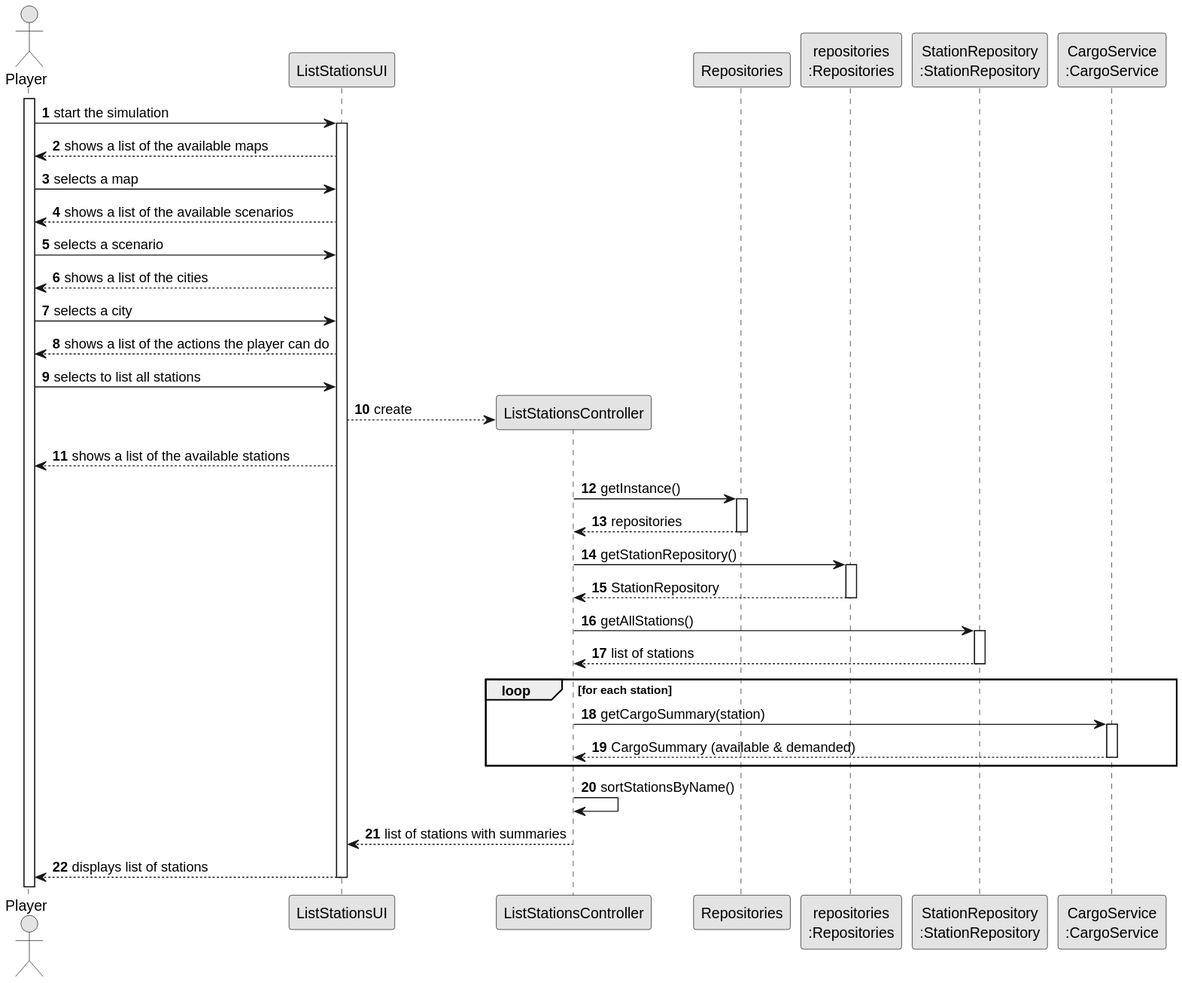
ivasduarte/all-aboard keeps this PlantUML diagram as docs/sprint2/us007/03.design/svg/us007-sequence-diagram-full.svg. Above is the earlier version.
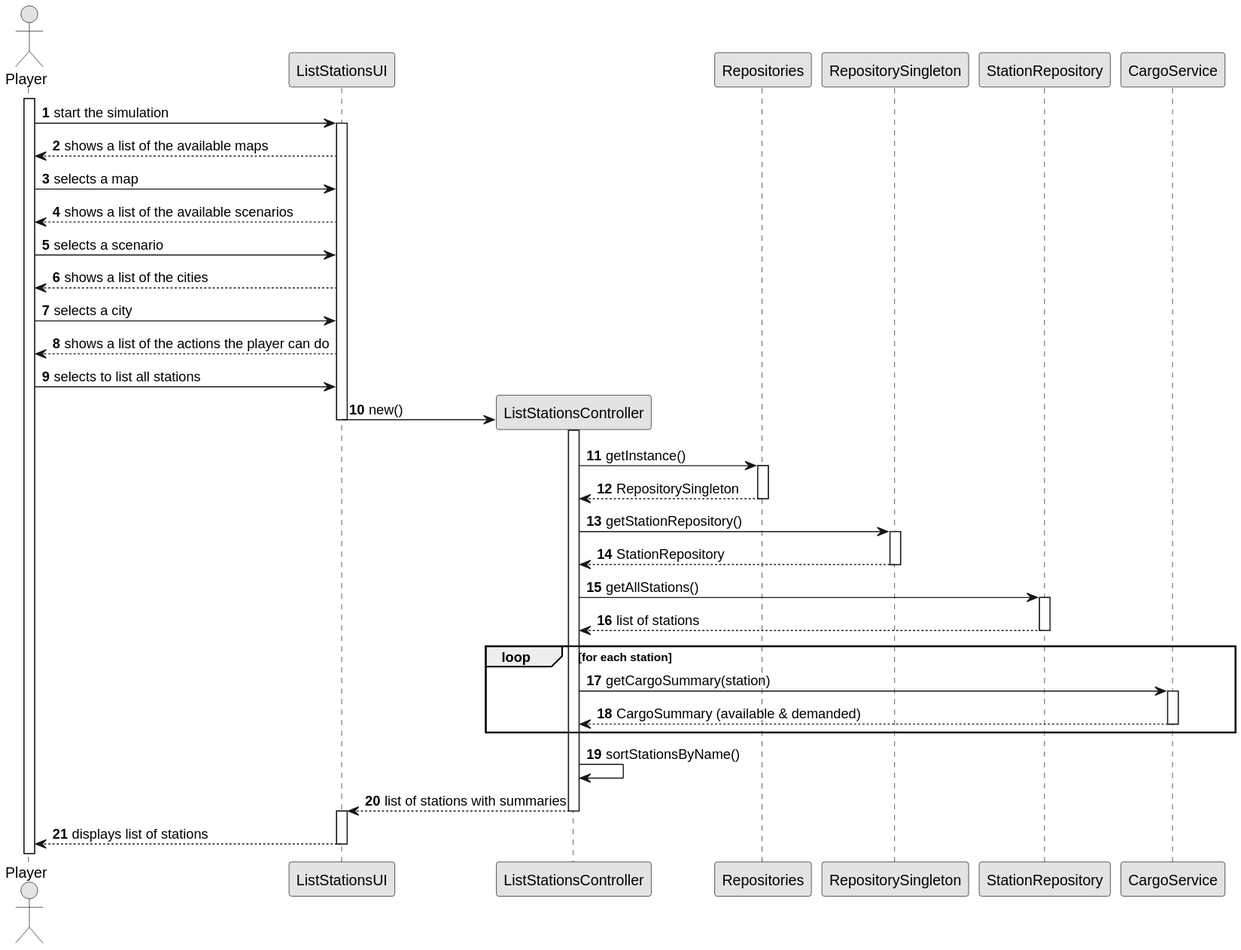
Later version of the same file.

The edit, as a diff of the source:
```diff
@@ -5,50 +5,45 @@
 
 autonumber
 
-actor "Player" as Editor
+actor "Player" as Player
 participant "ListStationsUI" as UI
 
-activate Editor
+activate Player
 
-Editor -> UI : start the simulation
+Player -> UI : start the simulation
 activate UI
 
-UI --> Editor : shows a list of the available maps
-Editor -> UI : selects a map
-UI --> Editor : shows a list of the available scenarios
-Editor -> UI : selects a scenario
-UI --> Editor : shows a list of the cities
-Editor -> UI : selects a city
-UI --> Editor : shows a list of the actions the player can do
-Editor -> UI : selects to list all stations
+UI --> Player : shows a list of the available maps
+Player -> UI : selects a map
+UI --> Player : shows a list of the available scenarios
+Player -> UI : selects a scenario
+UI --> Player : shows a list of the cities
+Player -> UI : selects a city
+UI --> Player : shows a list of the actions the player can do
+Player -> UI : selects to list all stations
 
 create "ListStationsController" as CTRL
-UI --> CTRL : create
+UI -> CTRL : new()
+deactivate UI
+activate CTRL
 
-participant "Repositories" as RepositorySingleton
-participant "repositories\n:Repositories" as REPO
+CTRL -> Repositories : getInstance()
+activate Repositories
+Repositories --> CTRL : RepositorySingleton
+deactivate Repositories
 
-
-UI --> Editor : shows a list of the available stations
-
-CTRL -> RepositorySingleton : getInstance()
+CTRL -> RepositorySingleton : getStationRepository()
 activate RepositorySingleton
-RepositorySingleton --> CTRL : repositories
+RepositorySingleton --> CTRL : StationRepository
 deactivate RepositorySingleton
 
-CTRL -> REPO : getStationRepository()
-activate REPO
-REPO --> CTRL : StationRepository
-deactivate REPO
+participant "StationRepository" as Station_REPO
+CTRL -> Station_REPO : getAllStations()
+activate Station_REPO
+Station_REPO --> CTRL : list of stations
+deactivate Station_REPO
 
-participant "StationRepository\n:StationRepository" as StationRepo
-CTRL -> StationRepo : getAllStations()
-activate StationRepo
-StationRepo --> CTRL : list of stations
-deactivate StationRepo
-
-participant "CargoService\n:CargoService" as CargoService
-
+participant "CargoService" as CargoService
 loop for each station
     CTRL -> CargoService : getCargoSummary(station)
     activate CargoService
@@ -60,7 +55,8 @@
 
 CTRL --> UI : list of stations with summaries
 deactivate CTRL
+activate UI
 
-UI --> Editor : displays list of stations
+UI --> Player : displays list of stations
 deactivate UI
 @enduml
```
